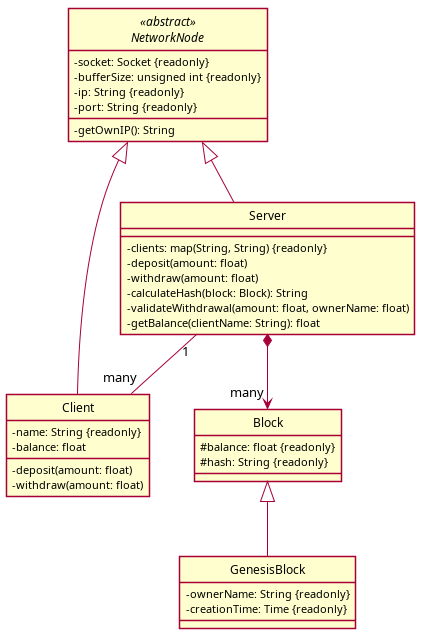
Andre-Grassi/mini_blockchain keeps this PlantUML diagram as docs/uml/class_diagram.png. Above is the earlier version. Its source is kept beside it as docs/uml/class_diagram.puml.
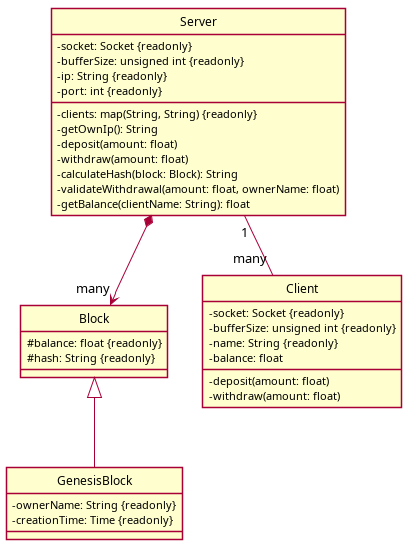
The same file after the commit.

Commit message:
Remove Network Node class

The edit, as a diff of the source:
```diff
@@ -16,16 +16,9 @@
 Block <|-- GenesisBlock
 
 
-abstract class NetworkNode <<abstract>>
-{
+class Client {
   -socket: Socket {readonly}
   -bufferSize: unsigned int {readonly}
-  -ip: String {readonly}
-  -port: String {readonly}
-  -getOwnIP(): String
-}
-
-class Client {
   -name: String {readonly}
   -balance: float
   -deposit(amount: float)
@@ -33,7 +26,12 @@
 }
 
 class Server {
+  -socket: Socket {readonly}
+  -bufferSize: unsigned int {readonly}
+  -ip: String {readonly}
+  -port: int {readonly}
   -clients: map(String, String) {readonly}
+  -getOwnIP(): String
   -deposit(amount: float)
   -withdraw(amount: float)
   -calculateHash(block: Block): String
@@ -41,9 +39,6 @@
   -getBalance(clientName: String): float
 }
 
-NetworkNode <|-- Client
-NetworkNode <|-- Server
-
 Server *--> "many" Block
 
 Server "1"--"many" Client
```
